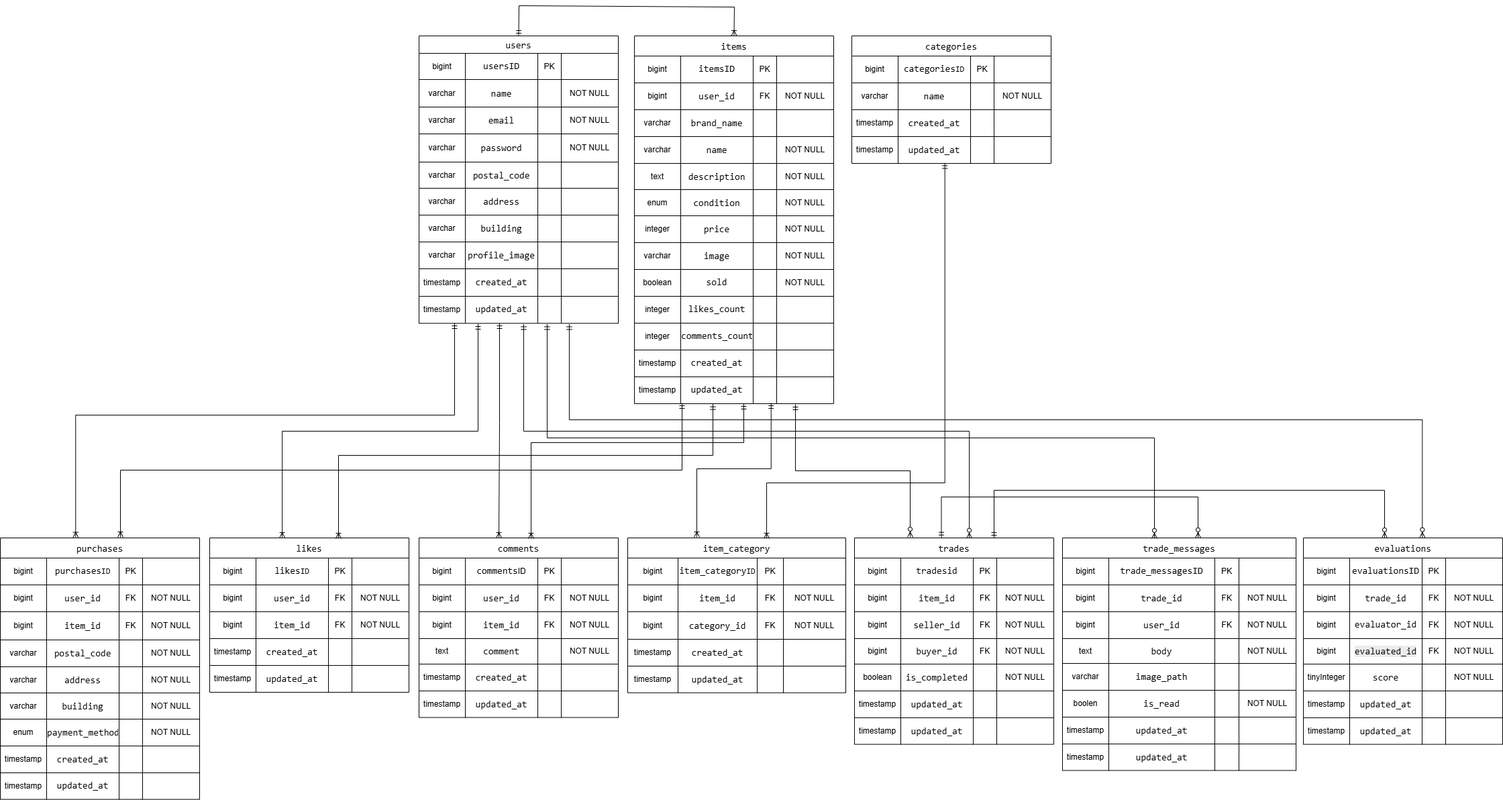
Before: src/docs/フリマアプリER図.png, a diagram exported from draw.io (89359389383/flea-market-application). Source tidied: cells renumbered, new cells last; positions are measured from the earlier drawing's top-left corner, leaving out a move shared by most shapes.
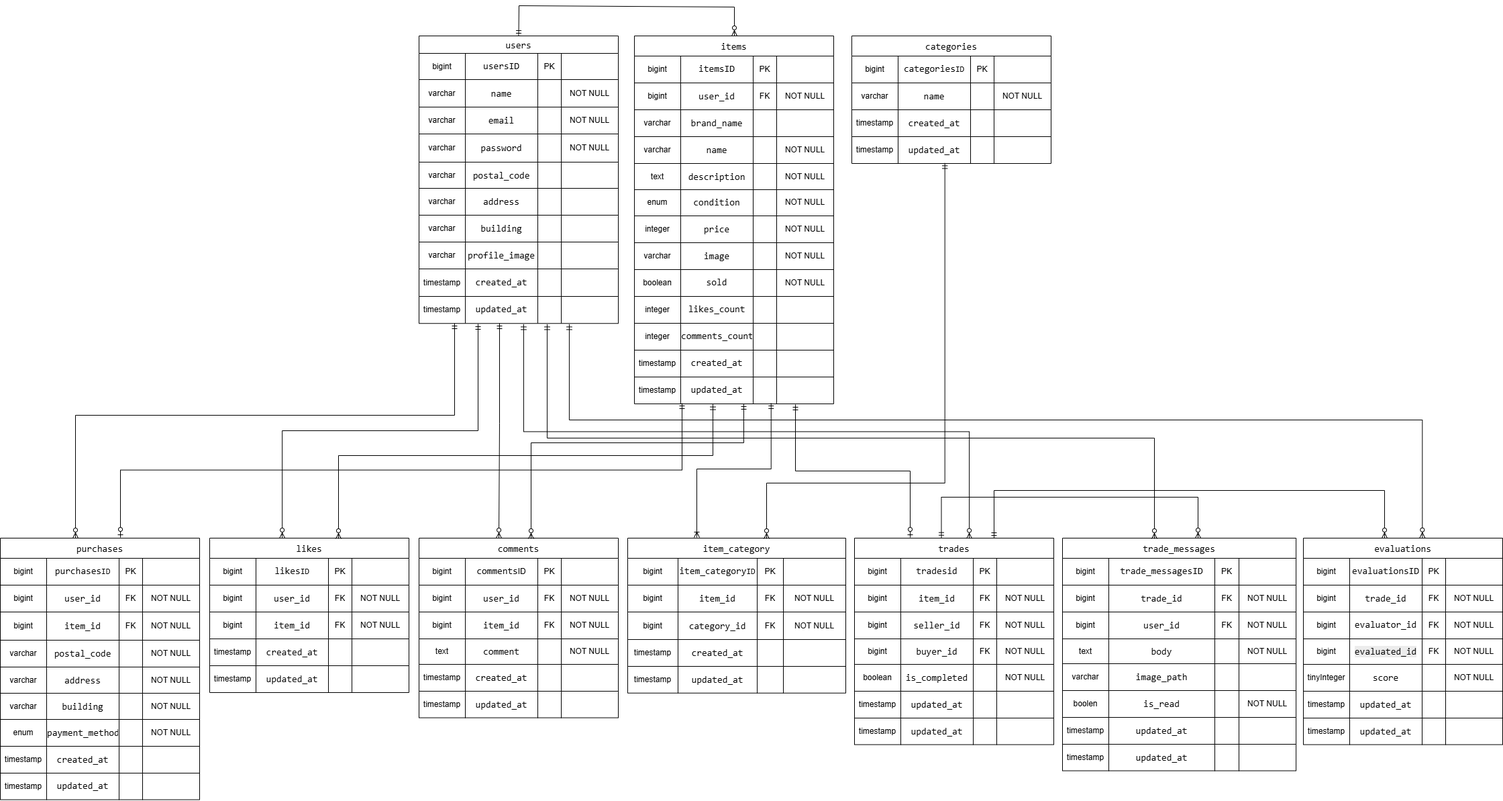
Above is the later version.

Diff of the diagram source:
```diff
@@ -803,20 +803,21 @@
     <mxCell id="268" style="shape=partialRectangle;html=1;whiteSpace=wrap;strokeColor=inherit;overflow=hidden;fillColor=none;top=0;left=0;bottom=0;right=0;" parent="264" vertex="1">
       <mxGeometry x="232" width="93" height="40" as="geometry" />
     </mxCell>
-    <mxCell id="269" style="edgeStyle=elbowEdgeStyle;fontSize=12;html=1;endArrow=ERoneToMany;startArrow=ERmandOne;rounded=0;elbow=vertical;entryX=0.378;entryY=-0.001;entryDx=0;entryDy=0;entryPerimeter=0;" parent="1" edge="1" target="140">
+    <mxCell id="269" style="edgeStyle=elbowEdgeStyle;fontSize=12;html=1;endArrow=ERzeroToMany;startArrow=ERmandOne;rounded=0;elbow=vertical;endFill=0;" parent="1" edge="1">
       <mxGeometry relative="1" as="geometry">
         <mxPoint x="677" y="473" as="sourcePoint" />
+        <mxPoint x="112" y="793" as="targetPoint" />
         <Array as="points">
           <mxPoint x="290" y="610" />
         </Array>
       </mxGeometry>
     </mxCell>
-    <mxCell id="270" style="edgeStyle=elbowEdgeStyle;fontSize=12;html=1;endArrow=ERoneToMany;startArrow=ERmandOne;rounded=0;entryX=0.364;entryY=0;entryDx=0;entryDy=0;entryPerimeter=0;elbow=vertical;" parent="1" edge="1" target="186">
+    <mxCell id="270" style="edgeStyle=elbowEdgeStyle;fontSize=12;html=1;endArrow=ERzeroToMany;startArrow=ERmandOne;rounded=0;entryX=0.364;entryY=0;entryDx=0;entryDy=0;entryPerimeter=0;elbow=vertical;endFill=0;" parent="1" edge="1" target="186">
       <mxGeometry relative="1" as="geometry">
         <mxPoint x="712" y="474" as="sourcePoint" />
       </mxGeometry>
     </mxCell>
-    <mxCell id="271" style="edgeStyle=elbowEdgeStyle;fontSize=12;html=1;endArrow=ERoneToMany;startArrow=ERmandOne;rounded=0;elbow=vertical;exitX=0.404;exitY=1;exitDx=0;exitDy=0;exitPerimeter=0;" parent="1" edge="1" source="48">
+    <mxCell id="271" style="edgeStyle=elbowEdgeStyle;fontSize=12;html=1;endArrow=ERzeroToMany;startArrow=ERmandOne;rounded=0;elbow=vertical;exitX=0.404;exitY=1;exitDx=0;exitDy=0;exitPerimeter=0;endFill=0;" parent="1" edge="1" source="48">
       <mxGeometry relative="1" as="geometry">
         <mxPoint x="743" y="793" as="targetPoint" />
         <Array as="points">
@@ -825,13 +826,13 @@
         </Array>
       </mxGeometry>
     </mxCell>
-    <mxCell id="272" style="edgeStyle=elbowEdgeStyle;fontSize=12;html=1;endArrow=ERoneToMany;startArrow=ERmandOne;rounded=0;elbow=vertical;" parent="1" edge="1">
+    <mxCell id="272" style="edgeStyle=elbowEdgeStyle;fontSize=12;html=1;endArrow=ERzeroToOne;startArrow=ERmandOne;rounded=0;elbow=vertical;endFill=0;" parent="1" edge="1">
       <mxGeometry relative="1" as="geometry">
         <mxPoint x="1016" y="592" as="sourcePoint" />
         <mxPoint x="179" y="792" as="targetPoint" />
       </mxGeometry>
     </mxCell>
-    <mxCell id="273" style="edgeStyle=elbowEdgeStyle;fontSize=12;html=1;endArrow=ERoneToMany;startArrow=ERmandOne;rounded=0;exitX=0.394;exitY=1.015;exitDx=0;exitDy=0;exitPerimeter=0;elbow=vertical;" parent="1" edge="1" source="114">
+    <mxCell id="273" style="edgeStyle=elbowEdgeStyle;fontSize=12;html=1;endArrow=ERzeroToMany;startArrow=ERmandOne;rounded=0;exitX=0.394;exitY=1.015;exitDx=0;exitDy=0;exitPerimeter=0;elbow=vertical;endFill=0;" parent="1" edge="1" source="114">
       <mxGeometry relative="1" as="geometry">
         <mxPoint x="504" y="794" as="targetPoint" />
         <Array as="points">
@@ -839,7 +840,7 @@
         </Array>
       </mxGeometry>
     </mxCell>
-    <mxCell id="274" style="edgeStyle=elbowEdgeStyle;fontSize=12;html=1;endArrow=ERoneToMany;startArrow=ERmandOne;rounded=0;elbow=vertical;" parent="1" edge="1">
+    <mxCell id="274" style="edgeStyle=elbowEdgeStyle;fontSize=12;html=1;endArrow=ERzeroToMany;startArrow=ERmandOne;rounded=0;elbow=vertical;endFill=0;" parent="1" edge="1">
       <mxGeometry relative="1" as="geometry">
         <mxPoint x="1108" y="593" as="sourcePoint" />
         <mxPoint x="791" y="794" as="targetPoint" />
@@ -848,15 +849,17 @@
         </Array>
       </mxGeometry>
     </mxCell>
-    <mxCell id="275" style="edgeStyle=elbowEdgeStyle;fontSize=12;html=1;endArrow=ERoneToMany;startArrow=ERmandOne;rounded=0;elbow=vertical;exitX=0.467;exitY=0.985;exitDx=0;exitDy=0;exitPerimeter=0;entryX=0.637;entryY=0.004;entryDx=0;entryDy=0;entryPerimeter=0;" parent="1" edge="1" source="135" target="243">
+    <mxCell id="275" style="edgeStyle=elbowEdgeStyle;fontSize=12;html=1;endArrow=ERzeroToMany;startArrow=ERmandOne;rounded=0;elbow=vertical;exitX=0.467;exitY=0.985;exitDx=0;exitDy=0;exitPerimeter=0;endFill=0;" parent="1" edge="1" source="135">
       <mxGeometry relative="1" as="geometry">
+        <mxPoint x="1142" y="794" as="targetPoint" />
         <Array as="points">
           <mxPoint x="1348" y="711" />
         </Array>
       </mxGeometry>
     </mxCell>
-    <mxCell id="276" style="fontSize=12;html=1;endArrow=ERoneToMany;startArrow=ERmandOne;rounded=0;exitX=0.5;exitY=0;exitDx=0;exitDy=0;entryX=0.5;entryY=0;entryDx=0;entryDy=0;" parent="1" edge="1" source="2" target="53">
+    <mxCell id="276" style="fontSize=12;html=1;endArrow=ERzeroToMany;startArrow=ERmandOne;rounded=0;exitX=0.5;exitY=0;exitDx=0;exitDy=0;endFill=0;" parent="1" edge="1" source="2">
       <mxGeometry relative="1" as="geometry">
+        <mxPoint x="1094" y="45" as="targetPoint" />
         <Array as="points">
           <mxPoint x="773" />
           <mxPoint x="1094" y="2" />
@@ -1210,7 +1213,7 @@
         </Array>
       </mxGeometry>
     </mxCell>
-    <mxCell id="391" style="edgeStyle=elbowEdgeStyle;fontSize=12;html=1;endArrow=ERzeroToMany;startArrow=ERmandOne;rounded=0;elbow=vertical;" parent="1" edge="1">
+    <mxCell id="391" style="edgeStyle=elbowEdgeStyle;fontSize=12;html=1;endArrow=ERzeroToOne;startArrow=ERmandOne;rounded=0;elbow=vertical;endFill=0;" parent="1" edge="1">
       <mxGeometry relative="1" as="geometry">
         <mxPoint x="1185" y="594" as="sourcePoint" />
         <mxPoint x="1356" y="792" as="targetPoint" />
```
